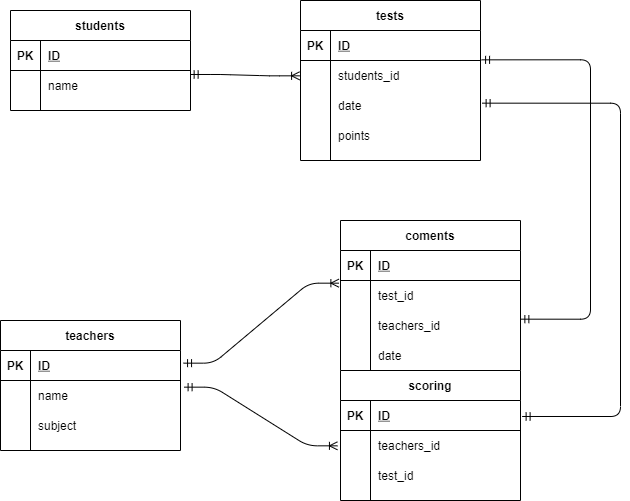
motojin889/Database keeps this draw.io diagram as index.drawio.png. Above is the earlier version. Source tidied: cells renumbered, new cells last; positions are measured from the earlier drawing's top-left corner, leaving out a move shared by most shapes.
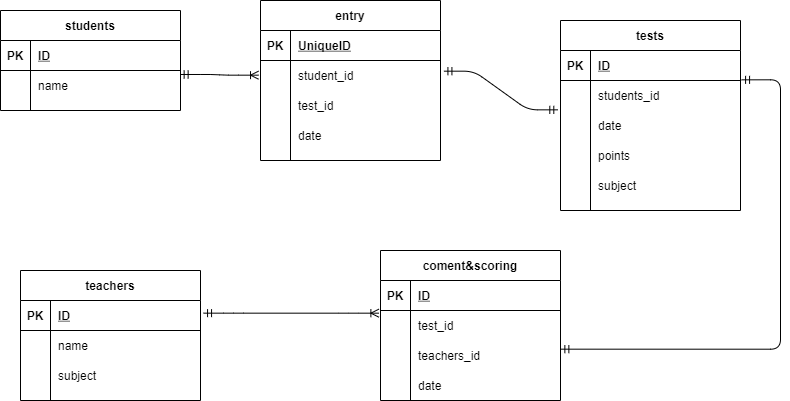
After the change.

Diff of the diagram source:
```diff
@@ -3,7 +3,7 @@
     <mxCell id="0" />
     <mxCell id="1" parent="0" />
     <mxCell id="2" value="students" style="shape=table;startSize=30;rowLines=0;fontStyle=1;align=center;" parent="1" vertex="1">
-      <mxGeometry x="10" y="10" width="180" height="100" as="geometry" />
+      <mxGeometry x="-20" y="-20" width="180" height="100" as="geometry" />
     </mxCell>
     <mxCell id="3" style="shape=partialRectangle;fillColor=none;top=0;left=0;bottom=1;right=0;" parent="2" vertex="1">
       <mxGeometry y="30" width="180" height="30" as="geometry" />
@@ -24,7 +24,7 @@
       <mxGeometry x="30" width="150" height="30" as="geometry" />
     </mxCell>
     <mxCell id="9" value="teachers" style="shape=table;startSize=30;rowLines=0;fontStyle=1;align=center;" parent="1" vertex="1">
-      <mxGeometry y="320" width="180" height="130" as="geometry" />
+      <mxGeometry y="240" width="180" height="130" as="geometry" />
     </mxCell>
     <mxCell id="10" style="shape=partialRectangle;fillColor=none;top=0;left=0;bottom=1;right=0;points=[[0,0.5],[1,0.5]];portConstraint=eastwest;" parent="9" vertex="1">
       <mxGeometry y="30" width="180" height="30" as="geometry" />
@@ -53,8 +53,8 @@
     <mxCell id="18" value="subject" style="shape=partialRectangle;fillColor=none;top=0;left=0;bottom=0;right=0;align=left;spacingLeft=6;overflow=hidden;" parent="16" vertex="1">
       <mxGeometry x="30" width="150" height="30" as="geometry" />
     </mxCell>
-    <mxCell id="19" value="coments" style="shape=table;startSize=30;rowLines=0;fontStyle=1;align=center;" parent="1" vertex="1">
-      <mxGeometry x="340" y="220" width="180" height="150" as="geometry" />
+    <mxCell id="19" value="coment&amp;scoring" style="shape=table;startSize=30;rowLines=0;fontStyle=1;align=center;" parent="1" vertex="1">
+      <mxGeometry x="360" y="220" width="180" height="150" as="geometry" />
     </mxCell>
     <mxCell id="20" style="shape=partialRectangle;fillColor=none;top=0;left=0;bottom=1;right=0;" parent="19" vertex="1">
       <mxGeometry y="30" width="180" height="30" as="geometry" />
@@ -92,38 +92,8 @@
     <mxCell id="31" value="date" style="shape=partialRectangle;fillColor=none;top=0;left=0;bottom=0;right=0;align=left;spacingLeft=6;overflow=hidden;" parent="29" vertex="1">
       <mxGeometry x="30" width="150" height="30" as="geometry" />
     </mxCell>
-    <mxCell id="32" value="scoring" style="shape=table;startSize=30;rowLines=0;fontStyle=1;align=center;" parent="1" vertex="1">
-      <mxGeometry x="340" y="370" width="180" height="130" as="geometry" />
-    </mxCell>
-    <mxCell id="33" style="shape=partialRectangle;fillColor=none;top=0;left=0;bottom=1;right=0;points=[[0,0.5],[1,0.5]];portConstraint=eastwest;" parent="32" vertex="1">
-      <mxGeometry y="30" width="180" height="30" as="geometry" />
-    </mxCell>
-    <mxCell id="34" value="PK" style="shape=partialRectangle;fillColor=none;top=0;left=0;bottom=0;right=0;fontStyle=1;overflow=hidden;" parent="33" vertex="1">
-      <mxGeometry width="30" height="30" as="geometry" />
-    </mxCell>
-    <mxCell id="35" value="ID" style="shape=partialRectangle;fillColor=none;top=0;left=0;bottom=0;right=0;align=left;spacingLeft=6;fontStyle=5;overflow=hidden;" parent="33" vertex="1">
-      <mxGeometry x="30" width="150" height="30" as="geometry" />
-    </mxCell>
-    <mxCell id="36" style="shape=partialRectangle;fillColor=none;top=0;left=0;bottom=0;right=0;points=[[0,0.5],[1,0.5]];portConstraint=eastwest;" parent="32" vertex="1">
-      <mxGeometry y="60" width="180" height="30" as="geometry" />
-    </mxCell>
-    <mxCell id="37" style="shape=partialRectangle;fillColor=none;top=0;left=0;bottom=0;right=0;overflow=hidden;" parent="36" vertex="1">
-      <mxGeometry width="30" height="30" as="geometry" />
-    </mxCell>
-    <mxCell id="38" value="teachers_id" style="shape=partialRectangle;fillColor=none;top=0;left=0;bottom=0;right=0;align=left;spacingLeft=6;overflow=hidden;" parent="36" vertex="1">
-      <mxGeometry x="30" width="150" height="30" as="geometry" />
-    </mxCell>
-    <mxCell id="39" style="shape=partialRectangle;fillColor=none;top=0;left=0;bottom=0;right=0;" parent="32" vertex="1">
-      <mxGeometry y="90" width="180" height="30" as="geometry" />
-    </mxCell>
-    <mxCell id="40" style="shape=partialRectangle;fillColor=none;top=0;left=0;bottom=0;right=0;overflow=hidden;" parent="39" vertex="1">
-      <mxGeometry width="30" height="30" as="geometry" />
-    </mxCell>
-    <mxCell id="41" value="test_id" style="shape=partialRectangle;fillColor=none;top=0;left=0;bottom=0;right=0;align=left;spacingLeft=6;overflow=hidden;" parent="39" vertex="1">
-      <mxGeometry x="30" width="150" height="30" as="geometry" />
-    </mxCell>
     <mxCell id="42" value="tests" style="shape=table;startSize=30;rowLines=0;fontStyle=1;align=center;" parent="1" vertex="1">
-      <mxGeometry x="300" width="180" height="160" as="geometry" />
+      <mxGeometry x="540" y="-10" width="180" height="190" as="geometry" />
     </mxCell>
     <mxCell id="43" style="shape=partialRectangle;fillColor=none;top=0;left=0;bottom=1;right=0;" parent="42" vertex="1">
       <mxGeometry y="30" width="180" height="30" as="geometry" />
@@ -161,30 +131,70 @@
     <mxCell id="54" value="points" style="shape=partialRectangle;fillColor=none;top=0;left=0;bottom=0;right=0;align=left;spacingLeft=6;overflow=hidden;" parent="52" vertex="1">
       <mxGeometry x="30" width="150" height="30" as="geometry" />
     </mxCell>
+    <mxCell id="60" style="shape=partialRectangle;fillColor=none;top=0;left=0;bottom=0;right=0;" parent="42" vertex="1">
+      <mxGeometry y="150" width="180" height="30" as="geometry" />
+    </mxCell>
+    <mxCell id="61" style="shape=partialRectangle;fillColor=none;top=0;left=0;bottom=0;right=0;overflow=hidden;" parent="60" vertex="1">
+      <mxGeometry width="30" height="30" as="geometry" />
+    </mxCell>
+    <mxCell id="62" value="subject" style="shape=partialRectangle;fillColor=none;top=0;left=0;bottom=0;right=0;align=left;spacingLeft=6;overflow=hidden;" parent="60" vertex="1">
+      <mxGeometry x="30" width="150" height="30" as="geometry" />
+    </mxCell>
-    <mxCell id="55" style="edgeStyle=entityRelationEdgeStyle;fontSize=12;html=1;endArrow=ERoneToMany;startArrow=ERmandOne;exitX=0.998;exitY=0.133;exitDx=0;exitDy=0;exitPerimeter=0;entryX=-0.005;entryY=0.511;entryDx=0;entryDy=0;entryPerimeter=0;" parent="1" edge="1" source="6" target="46">
+    <mxCell id="55" style="edgeStyle=entityRelationEdgeStyle;fontSize=12;html=1;endArrow=ERoneToMany;startArrow=ERmandOne;exitX=0.998;exitY=0.133;exitDx=0;exitDy=0;exitPerimeter=0;entryX=-0.011;entryY=0.489;entryDx=0;entryDy=0;entryPerimeter=0;" parent="1" edge="1" source="6" target="36">
       <mxGeometry relative="1" as="geometry" />
     </mxCell>
-    <mxCell id="56" style="edgeStyle=entityRelationEdgeStyle;fontSize=12;html=1;endArrow=ERoneToMany;startArrow=ERmandOne;exitX=1.02;exitY=0.222;exitDx=0;exitDy=0;exitPerimeter=0;entryX=-0.017;entryY=0.511;entryDx=0;entryDy=0;entryPerimeter=0;" parent="1" edge="1" source="13" target="36">
-      <mxGeometry relative="1" as="geometry" />
-    </mxCell>
-    <mxCell id="57" style="edgeStyle=orthogonalEdgeStyle;fontSize=12;html=1;endArrow=ERmandOne;startArrow=ERmandOne;exitX=1.009;exitY=0.533;exitDx=0;exitDy=0;exitPerimeter=0;entryX=1.009;entryY=0.422;entryDx=0;entryDy=0;entryPerimeter=0;" parent="1" edge="1" source="33" target="49">
-      <mxGeometry relative="1" as="geometry">
-        <Array as="points">
-          <mxPoint x="620" y="416" />
-          <mxPoint x="620" y="103" />
-        </Array>
-      </mxGeometry>
-    </mxCell>
     <mxCell id="58" style="edgeStyle=entityRelationEdgeStyle;fontSize=12;html=1;endArrow=ERoneToMany;startArrow=ERmandOne;exitX=1.017;exitY=0.422;exitDx=0;exitDy=0;exitPerimeter=0;entryX=-0.009;entryY=0.089;entryDx=0;entryDy=0;entryPerimeter=0;" parent="1" edge="1" source="10" target="23">
       <mxGeometry relative="1" as="geometry" />
     </mxCell>
     <mxCell id="59" style="edgeStyle=orthogonalEdgeStyle;fontSize=12;html=1;endArrow=ERmandOne;startArrow=ERmandOne;exitX=1.002;exitY=0.289;exitDx=0;exitDy=0;exitPerimeter=0;entryX=1.006;entryY=-0.022;entryDx=0;entryDy=0;entryPerimeter=0;" parent="1" edge="1" source="26" target="46">
       <mxGeometry relative="1" as="geometry">
         <Array as="points">
-          <mxPoint x="590" y="319" />
-          <mxPoint x="590" y="59" />
+          <mxPoint x="760" y="319" />
+          <mxPoint x="760" y="49" />
         </Array>
       </mxGeometry>
     </mxCell>
+    <mxCell id="63" value="entry" style="shape=table;startSize=30;rowLines=0;fontStyle=1;align=center;" parent="1" vertex="1">
+      <mxGeometry x="240" y="-30" width="180" height="160" as="geometry" />
+    </mxCell>
+    <mxCell id="33" style="shape=partialRectangle;fillColor=none;top=0;left=0;bottom=1;right=0;points=[[0,0.5],[1,0.5]];portConstraint=eastwest;" parent="63" vertex="1">
+      <mxGeometry y="30" width="180" height="30" as="geometry" />
+    </mxCell>
+    <mxCell id="34" value="PK" style="shape=partialRectangle;fillColor=none;top=0;left=0;bottom=0;right=0;fontStyle=1;overflow=hidden;" parent="33" vertex="1">
+      <mxGeometry width="30" height="30" as="geometry" />
+    </mxCell>
+    <mxCell id="64" value="UniqueID" style="shape=partialRectangle;fillColor=none;top=0;left=0;bottom=0;right=0;align=left;spacingLeft=6;fontStyle=5;overflow=hidden;" parent="33" vertex="1">
+      <mxGeometry x="30" width="150" height="30" as="geometry" />
+    </mxCell>
+    <mxCell id="36" style="shape=partialRectangle;fillColor=none;top=0;left=0;bottom=0;right=0;points=[[0,0.5],[1,0.5]];portConstraint=eastwest;" parent="63" vertex="1">
+      <mxGeometry y="60" width="180" height="30" as="geometry" />
+    </mxCell>
+    <mxCell id="65" style="shape=partialRectangle;fillColor=none;top=0;left=0;bottom=0;right=0;overflow=hidden;" parent="36" vertex="1">
+      <mxGeometry width="30" height="30" as="geometry" />
+    </mxCell>
+    <mxCell id="66" value="student_id" style="shape=partialRectangle;fillColor=none;top=0;left=0;bottom=0;right=0;align=left;spacingLeft=6;overflow=hidden;" parent="36" vertex="1">
+      <mxGeometry x="30" width="150" height="30" as="geometry" />
+    </mxCell>
+    <mxCell id="39" style="shape=partialRectangle;fillColor=none;top=0;left=0;bottom=0;right=0;" parent="63" vertex="1">
+      <mxGeometry y="90" width="180" height="30" as="geometry" />
+    </mxCell>
+    <mxCell id="67" style="shape=partialRectangle;fillColor=none;top=0;left=0;bottom=0;right=0;overflow=hidden;" parent="39" vertex="1">
+      <mxGeometry width="30" height="30" as="geometry" />
+    </mxCell>
+    <mxCell id="41" value="test_id" style="shape=partialRectangle;fillColor=none;top=0;left=0;bottom=0;right=0;align=left;spacingLeft=6;overflow=hidden;" parent="39" vertex="1">
+      <mxGeometry x="30" width="150" height="30" as="geometry" />
+    </mxCell>
+    <mxCell id="68" style="shape=partialRectangle;fillColor=none;top=0;left=0;bottom=0;right=0;" parent="63" vertex="1">
+      <mxGeometry y="120" width="180" height="30" as="geometry" />
+    </mxCell>
+    <mxCell id="69" style="shape=partialRectangle;fillColor=none;top=0;left=0;bottom=0;right=0;overflow=hidden;" parent="68" vertex="1">
+      <mxGeometry width="30" height="30" as="geometry" />
+    </mxCell>
+    <mxCell id="70" value="date" style="shape=partialRectangle;fillColor=none;top=0;left=0;bottom=0;right=0;align=left;spacingLeft=6;overflow=hidden;" parent="68" vertex="1">
+      <mxGeometry x="30" width="150" height="30" as="geometry" />
+    </mxCell>
+    <mxCell id="71" style="edgeStyle=entityRelationEdgeStyle;fontSize=12;html=1;endArrow=ERmandOne;startArrow=ERmandOne;entryX=-0.015;entryY=-0.022;entryDx=0;entryDy=0;entryPerimeter=0;exitX=1.019;exitY=0.356;exitDx=0;exitDy=0;exitPerimeter=0;" parent="1" edge="1" source="36" target="49">
+      <mxGeometry relative="1" as="geometry" />
+    </mxCell>
   </root>
 </mxGraphModel>
```
